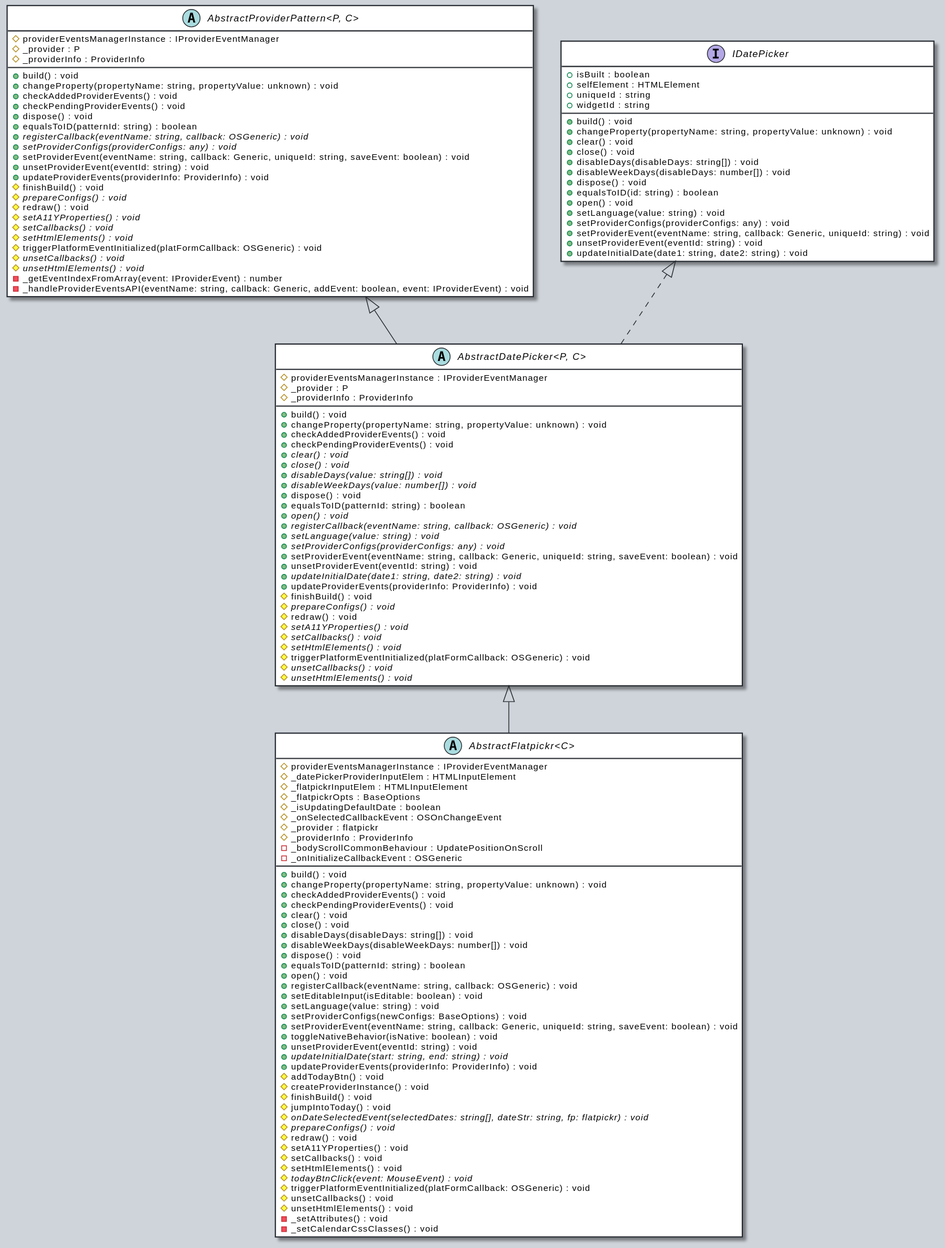
This is docs/assets/AbstractDatePicker-umlClassDiagram-2865.svg from OutSystems/outsystems-ui, a PlantUML export, as it was before one commit. Source of this version:
```plantuml
@startuml
skinparam ClassArrowColor #272b30
skinparam ClassBorderColor #272b30
skinparam ClassBackgroundColor #fff
skinparam BackgroundColor #ced4da
hide empty methods
hide empty fields
abstract class "AbstractDatePicker<P, C>" {
    #providerEventsManagerInstance : IProviderEventManager
    #_provider : P
    #_providerInfo : ProviderInfo
    +build() : void
    +changeProperty(propertyName: string, propertyValue: unknown) : void
    +checkAddedProviderEvents() : void
    +checkPendingProviderEvents() : void
    {abstract} +clear() : void
    {abstract} +close() : void
    {abstract} +disableDays(value: string[]) : void
    {abstract} +disableWeekDays(value: number[]) : void
    +dispose() : void
    +equalsToID(patternId: string) : boolean
    {abstract} +open() : void
    {abstract} +registerCallback(eventName: string, callback: OSGeneric) : void
    {abstract} +setLanguage(value: string) : void
    {abstract} +setProviderConfigs(providerConfigs: any) : void
    +setProviderEvent(eventName: string, callback: Generic, uniqueId: string, saveEvent: boolean) : void
    +unsetProviderEvent(eventId: string) : void
    {abstract} +updateInitialDate(date1: string, date2: string) : void
    +updateProviderEvents(providerInfo: ProviderInfo) : void
    #finishBuild() : void
    {abstract} #prepareConfigs() : void
    #redraw() : void
    {abstract} #setA11YProperties() : void
    {abstract} #setCallbacks() : void
    {abstract} #setHtmlElements() : void
    #triggerPlatformEventInitialized(platFormCallback: OSGeneric) : void
    {abstract} #unsetCallbacks() : void
    {abstract} #unsetHtmlElements() : void
}
abstract class "AbstractProviderPattern<P, C>" {
    #providerEventsManagerInstance : IProviderEventManager
    #_provider : P
    #_providerInfo : ProviderInfo
    +build() : void
    +changeProperty(propertyName: string, propertyValue: unknown) : void
    +checkAddedProviderEvents() : void
    +checkPendingProviderEvents() : void
    +dispose() : void
    +equalsToID(patternId: string) : boolean
    {abstract} +registerCallback(eventName: string, callback: OSGeneric) : void
    {abstract} +setProviderConfigs(providerConfigs: any) : void
    +setProviderEvent(eventName: string, callback: Generic, uniqueId: string, saveEvent: boolean) : void
    +unsetProviderEvent(eventId: string) : void
    +updateProviderEvents(providerInfo: ProviderInfo) : void
    #finishBuild() : void
    {abstract} #prepareConfigs() : void
    #redraw() : void
    {abstract} #setA11YProperties() : void
    {abstract} #setCallbacks() : void
    {abstract} #setHtmlElements() : void
    #triggerPlatformEventInitialized(platFormCallback: OSGeneric) : void
    {abstract} #unsetCallbacks() : void
    {abstract} #unsetHtmlElements() : void
    -_getEventIndexFromArray(event: IProviderEvent) : number
    -_handleProviderEventsAPI(eventName: string, callback: Generic, addEvent: boolean, event: IProviderEvent) : void
}
"AbstractProviderPattern<P, C>" <|-- "AbstractDatePicker<P, C>"
interface "IDatePicker" {
    +isBuilt : boolean
    +selfElement : HTMLElement
    +uniqueId : string
    +widgetId : string
    +build() : void
    +changeProperty(propertyName: string, propertyValue: unknown) : void
    +clear() : void
    +close() : void
    +disableDays(disableDays: string[]) : void
    +disableWeekDays(disableDays: number[]) : void
    +dispose() : void
    +equalsToID(id: string) : boolean
    +open() : void
    +setLanguage(value: string) : void
    +setProviderConfigs(providerConfigs: any) : void
    +setProviderEvent(eventName: string, callback: Generic, uniqueId: string) : void
    +unsetProviderEvent(eventId: string) : void
    +updateInitialDate(date1: string, date2: string) : void
}
"IDatePicker" <|.. "AbstractDatePicker<P, C>"
abstract class "AbstractFlatpickr<C>" {
    #providerEventsManagerInstance : IProviderEventManager
    #_datePickerProviderInputElem : HTMLInputElement
    #_flatpickrInputElem : HTMLInputElement
    #_flatpickrOpts : BaseOptions
    #_isUpdatingDefaultDate : boolean
    #_onSelectedCallbackEvent : OSOnChangeEvent
    #_provider : flatpickr
    #_providerInfo : ProviderInfo
    -_bodyScrollCommonBehaviour : UpdatePositionOnScroll
    -_onInitializeCallbackEvent : OSGeneric
    +build() : void
    +changeProperty(propertyName: string, propertyValue: unknown) : void
    +checkAddedProviderEvents() : void
    +checkPendingProviderEvents() : void
    +clear() : void
    +close() : void
    +disableDays(disableDays: string[]) : void
    +disableWeekDays(disableWeekDays: number[]) : void
    +dispose() : void
    +equalsToID(patternId: string) : boolean
    +open() : void
    +registerCallback(eventName: string, callback: OSGeneric) : void
    +setEditableInput(isEditable: boolean) : void
    +setLanguage(value: string) : void
    +setProviderConfigs(newConfigs: BaseOptions) : void
    +setProviderEvent(eventName: string, callback: Generic, uniqueId: string, saveEvent: boolean) : void
    +toggleNativeBehavior(isNative: boolean) : void
    +unsetProviderEvent(eventId: string) : void
    {abstract} +updateInitialDate(start: string, end: string) : void
    +updateProviderEvents(providerInfo: ProviderInfo) : void
    #addTodayBtn() : void
    #createProviderInstance() : void
    #finishBuild() : void
    #jumpIntoToday() : void
    {abstract} #onDateSelectedEvent(selectedDates: string[], dateStr: string, fp: flatpickr) : void
    {abstract} #prepareConfigs() : void
    #redraw() : void
    #setA11YProperties() : void
    #setCallbacks() : void
    #setHtmlElements() : void
    {abstract} #todayBtnClick(event: MouseEvent) : void
    #triggerPlatformEventInitialized(platFormCallback: OSGeneric) : void
    #unsetCallbacks() : void
    #unsetHtmlElements() : void
    -_setAttributes() : void
    -_setCalendarCssClasses() : void
}
"AbstractDatePicker<P, C>" <|-- "AbstractFlatpickr<C>"
@enduml
```
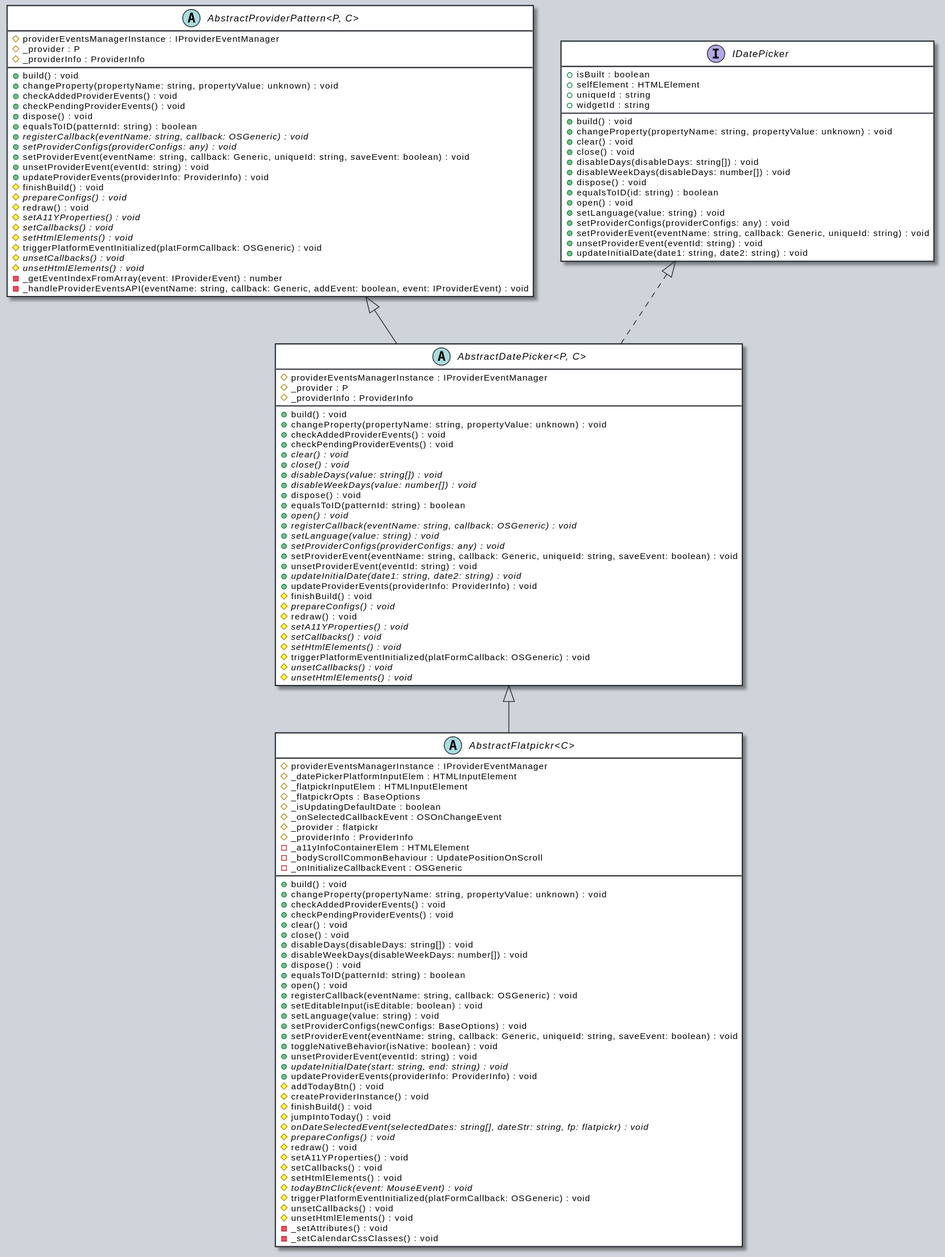
The same file after the commit.

Change to the diagram source:
```diff
@@ -88,13 +88,14 @@
 "IDatePicker" <|.. "AbstractDatePicker<P, C>"
 abstract class "AbstractFlatpickr<C>" {
     #providerEventsManagerInstance : IProviderEventManager
-    #_datePickerProviderInputElem : HTMLInputElement
+    #_datePickerPlatformInputElem : HTMLInputElement
     #_flatpickrInputElem : HTMLInputElement
     #_flatpickrOpts : BaseOptions
     #_isUpdatingDefaultDate : boolean
     #_onSelectedCallbackEvent : OSOnChangeEvent
     #_provider : flatpickr
     #_providerInfo : ProviderInfo
+    -_a11yInfoContainerElem : HTMLElement
     -_bodyScrollCommonBehaviour : UpdatePositionOnScroll
     -_onInitializeCallbackEvent : OSGeneric
     +build() : void
```
